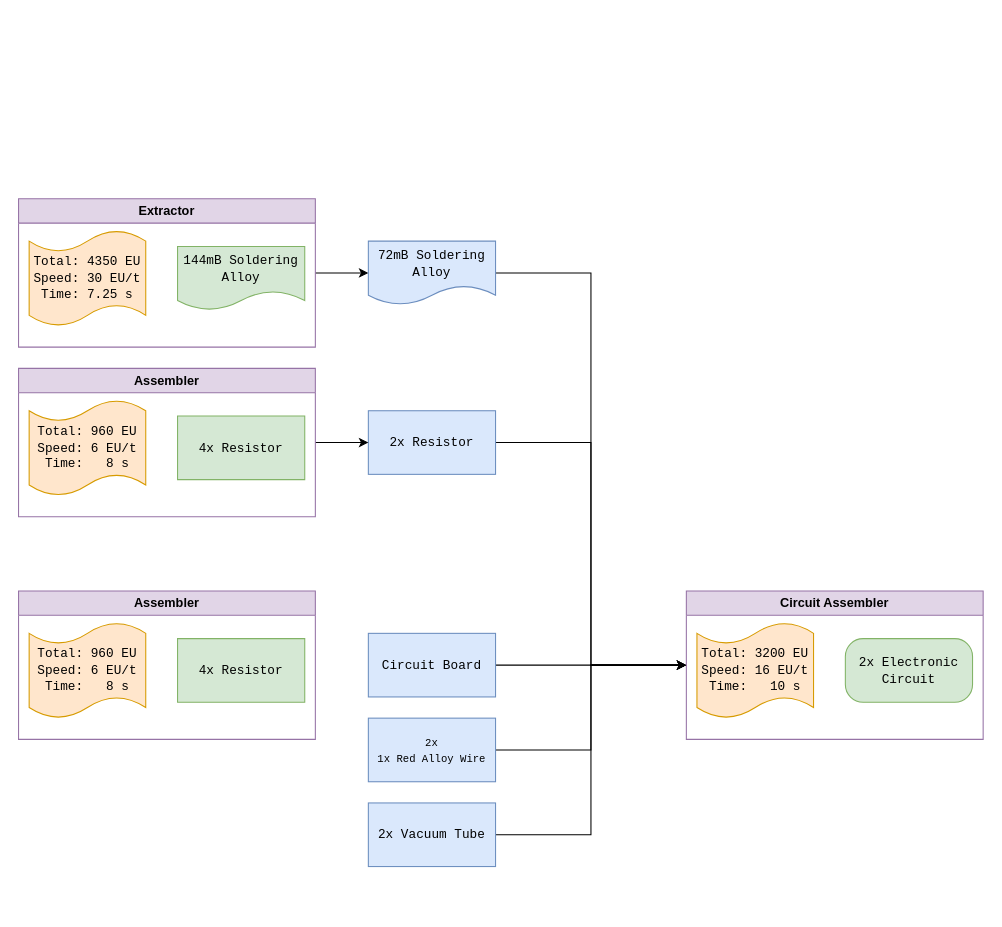
jkxyzyz/Draw-io-thingys-for-Nomifactory keeps this draw.io diagram as Electronic Circuit.drawio. Above is the earlier version. Source tidied: cells renumbered, new cells numbered last; positions are measured from the earlier drawing's top-left corner, leaving out a move shared by most shapes. Both pictures are drawn from the tidied source at 106%, with x=0, y=0 at pixel (18, 198).
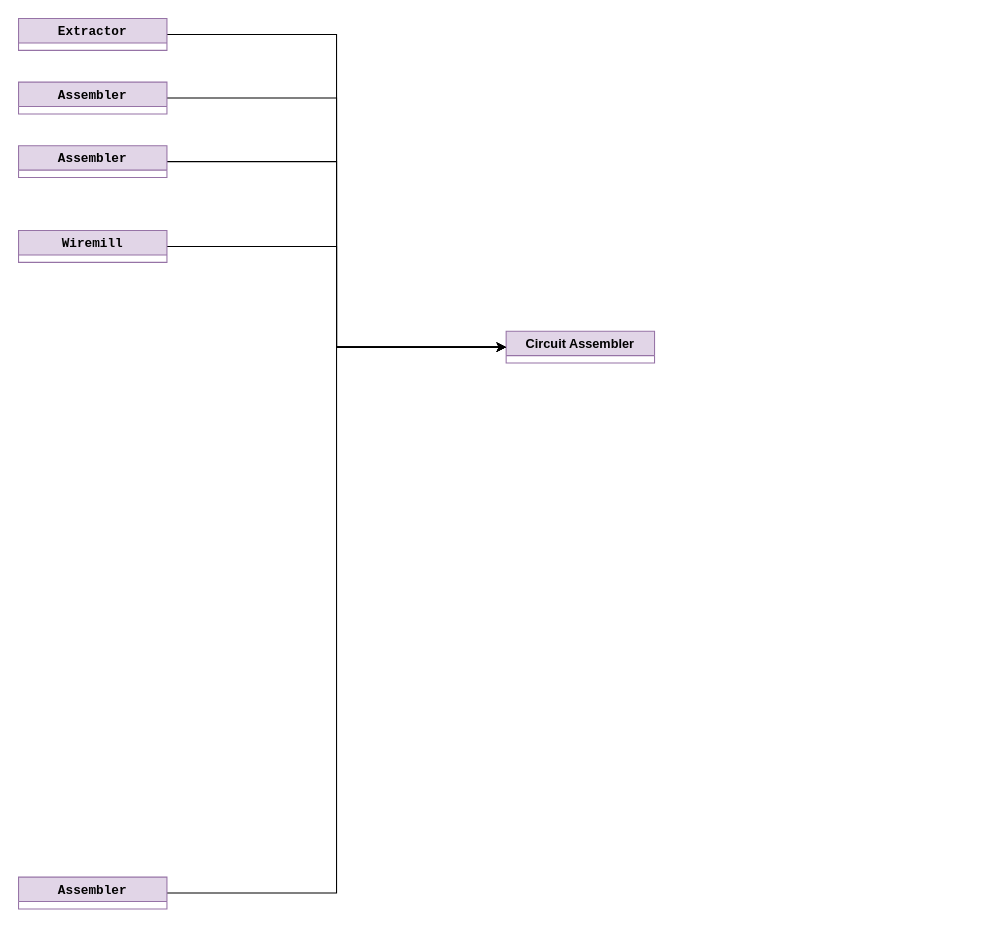
The same page after the edit.

Change to the diagram source:
```diff
@@
-    <mxCell id="2" style="edgeStyle=orthogonalEdgeStyle;rounded=0;jettySize=auto;html=1;entryX=0;entryY=0.5;entryDx=0;entryDy=0;" parent="1" edge="1" source="3" target="10">
-      <mxGeometry relative="1" as="geometry" />
-    </mxCell>
-    <mxCell id="3" value="&lt;font face=&quot;Courier New&quot;&gt;Circuit Board&lt;br&gt;&lt;/font&gt;" style="rounded=0;whiteSpace=wrap;html=1;fillColor=#dae8fc;strokeColor=#6c8ebf;" parent="1" vertex="1">
-      <mxGeometry x="330" y="410" width="120" height="60" as="geometry" />
-    </mxCell>
-    <mxCell id="4" style="edgeStyle=orthogonalEdgeStyle;rounded=0;jettySize=auto;html=1;entryX=0;entryY=0.5;entryDx=0;entryDy=0;" parent="1" edge="1" source="5" target="10">
-      <mxGeometry relative="1" as="geometry" />
-    </mxCell>
-    <mxCell id="5" value="&lt;font face=&quot;Courier New&quot;&gt;2x Resistor&lt;/font&gt;" style="rounded=0;whiteSpace=wrap;html=1;fillColor=#dae8fc;strokeColor=#6c8ebf;" parent="1" vertex="1">
-      <mxGeometry x="330" y="200" width="120" height="60" as="geometry" />
-    </mxCell>
-    <mxCell id="6" style="edgeStyle=orthogonalEdgeStyle;rounded=0;jettySize=auto;html=1;entryX=0;entryY=0.5;entryDx=0;entryDy=0;" parent="1" edge="1" source="7" target="10">
-      <mxGeometry relative="1" as="geometry" />
-    </mxCell>
-    <mxCell id="7" value="&lt;font style=&quot;font-size: 10px;&quot; face=&quot;Courier New&quot;&gt;2x &lt;br&gt;1x Red Alloy Wire &lt;br&gt;&lt;/font&gt;" style="rounded=0;whiteSpace=wrap;html=1;fillColor=#dae8fc;strokeColor=#6c8ebf;" parent="1" vertex="1">
-      <mxGeometry x="330" y="490" width="120" height="60" as="geometry" />
-    </mxCell>
-    <mxCell id="8" style="edgeStyle=orthogonalEdgeStyle;rounded=0;jettySize=auto;html=1;entryX=0;entryY=0.5;entryDx=0;entryDy=0;" parent="1" edge="1" source="9" target="10">
-      <mxGeometry relative="1" as="geometry" />
-    </mxCell>
-    <mxCell id="9" value="&lt;font face=&quot;Courier New&quot;&gt;2x Vacuum Tube&lt;br&gt;&lt;/font&gt;" style="rounded=0;whiteSpace=wrap;html=1;fillColor=#dae8fc;strokeColor=#6c8ebf;" parent="1" vertex="1">
-      <mxGeometry x="330" y="570" width="120" height="60" as="geometry" />
-    </mxCell>
-    <mxCell id="10" value="Circuit Assembler" style="swimlane;whiteSpace=wrap;html=1;fillColor=#e1d5e7;strokeColor=#9673a6;" parent="1" vertex="1">
-      <mxGeometry x="630" y="370" width="280" height="140" as="geometry" />
+    <mxCell id="10" value="Circuit Assembler" style="swimlane;whiteSpace=wrap;html=1;fillColor=#e1d5e7;strokeColor=#9673a6;" parent="1" vertex="1" collapsed="1">
+      <mxGeometry x="460" y="125" width="140" height="30" as="geometry" />
     </mxCell>
-    <mxCell id="11" value="&lt;font face=&quot;Courier New&quot;&gt;Total: 3200 EU&lt;br&gt;Speed: 16 EU/t&lt;br&gt;Time: &amp;nbsp; 10 s&lt;br&gt;&lt;/font&gt;" style="shape=tape;whiteSpace=wrap;html=1;fillColor=#ffe6cc;strokeColor=#d79b00;size=0.2222222222222222;" parent="10" vertex="1">
-      <mxGeometry x="10" y="30" width="110" height="90" as="geometry" />
-    </mxCell>
-    <mxCell id="12" value="&lt;font face=&quot;Courier New&quot;&gt;2x Electronic Circuit&lt;br&gt;&lt;/font&gt;" style="rounded=1;whiteSpace=wrap;html=1;fillColor=#d5e8d4;strokeColor=#82b366;arcSize=28;" parent="10" vertex="1">
-      <mxGeometry x="150" y="45" width="120" height="60" as="geometry" />
-    </mxCell>
-    <mxCell id="13" style="edgeStyle=orthogonalEdgeStyle;rounded=0;jettySize=auto;html=1;entryX=0;entryY=0.5;entryDx=0;entryDy=0;" parent="1" edge="1" source="14" target="18">
-      <mxGeometry relative="1" as="geometry" />
-    </mxCell>
+    <mxCell id="26" style="edgeStyle=orthogonalEdgeStyle;rounded=0;jettySize=auto;html=1;entryX=0;entryY=0.5;entryDx=0;entryDy=0;" parent="1" edge="1" source="14" target="10">
+      <mxGeometry relative="1" as="geometry" />
+    </mxCell>
-    <mxCell id="14" value="Extractor" style="swimlane;whiteSpace=wrap;html=1;fillColor=#e1d5e7;strokeColor=#9673a6;" parent="1" vertex="1">
-      <mxGeometry width="280" height="140" as="geometry" />
+    <mxCell id="14" value="&lt;font face=&quot;Courier New&quot;&gt;Extractor&lt;/font&gt;" style="swimlane;whiteSpace=wrap;html=1;fillColor=#e1d5e7;strokeColor=#9673a6;" parent="1" vertex="1" collapsed="1">
+      <mxGeometry y="-170" width="140" height="30" as="geometry" />
     </mxCell>
-    <mxCell id="15" value="&lt;font face=&quot;Courier New&quot;&gt;Total: 4350 EU&lt;br&gt;Speed: 30 EU/t&lt;br&gt;Time: 7.25 s&lt;br&gt;&lt;/font&gt;" style="shape=tape;whiteSpace=wrap;html=1;fillColor=#ffe6cc;strokeColor=#d79b00;size=0.2222222222222222;" parent="14" vertex="1">
-      <mxGeometry x="10" y="30" width="110" height="90" as="geometry" />
-    </mxCell>
-    <mxCell id="16" value="&lt;font face=&quot;Courier New&quot;&gt;144mB Soldering Alloy&lt;br&gt;&lt;/font&gt;" style="rounded=0;whiteSpace=wrap;html=1;fillColor=#d5e8d4;strokeColor=#82b366;shape=document;boundedLbl=1;" parent="14" vertex="1">
-      <mxGeometry x="150" y="45" width="120" height="60" as="geometry" />
-    </mxCell>
-    <mxCell id="17" style="edgeStyle=orthogonalEdgeStyle;rounded=0;jettySize=auto;html=1;entryX=0;entryY=0.5;entryDx=0;entryDy=0;" parent="1" edge="1" source="18" target="10">
-      <mxGeometry relative="1" as="geometry" />
-    </mxCell>
-    <mxCell id="18" value="&lt;font face=&quot;Courier New&quot;&gt;72mB Soldering Alloy&lt;br&gt;&lt;/font&gt;" style="rounded=0;whiteSpace=wrap;html=1;fillColor=#dae8fc;strokeColor=#6c8ebf;shape=document;boundedLbl=1;" parent="1" vertex="1">
-      <mxGeometry x="330" y="40" width="120" height="60" as="geometry" />
-    </mxCell>
-    <mxCell id="19" style="edgeStyle=orthogonalEdgeStyle;rounded=0;jettySize=auto;html=1;entryX=0;entryY=0.5;entryDx=0;entryDy=0;" parent="1" edge="1" source="20" target="5">
-      <mxGeometry relative="1" as="geometry" />
-    </mxCell>
+    <mxCell id="27" style="edgeStyle=orthogonalEdgeStyle;rounded=0;jettySize=auto;html=1;entryX=0;entryY=0.5;entryDx=0;entryDy=0;" parent="1" edge="1" source="20" target="10">
+      <mxGeometry relative="1" as="geometry" />
+    </mxCell>
-    <mxCell id="20" value="Assembler" style="swimlane;whiteSpace=wrap;html=1;fillColor=#e1d5e7;strokeColor=#9673a6;" parent="1" vertex="1">
-      <mxGeometry y="160" width="280" height="140" as="geometry" />
+    <mxCell id="20" value="&lt;font face=&quot;Courier New&quot;&gt;Assembler&lt;/font&gt;" style="swimlane;whiteSpace=wrap;html=1;fillColor=#e1d5e7;strokeColor=#9673a6;" parent="1" vertex="1" collapsed="1">
+      <mxGeometry y="-110" width="140" height="30" as="geometry" />
     </mxCell>
-    <mxCell id="21" value="&lt;font face=&quot;Courier New&quot;&gt;Total: 960 EU&lt;br&gt;Speed: 6 EU/t&lt;br&gt;Time: &amp;nbsp; 8 s&lt;br&gt;&lt;/font&gt;" style="shape=tape;whiteSpace=wrap;html=1;fillColor=#ffe6cc;strokeColor=#d79b00;size=0.2222222222222222;" parent="20" vertex="1">
-      <mxGeometry x="10" y="30" width="110" height="90" as="geometry" />
-    </mxCell>
-    <mxCell id="22" value="&lt;font face=&quot;Courier New&quot;&gt;4x Resistor&lt;br&gt;&lt;/font&gt;" style="rounded=0;whiteSpace=wrap;html=1;fillColor=#d5e8d4;strokeColor=#82b366;shape=document;boundedLbl=1;size=0;" parent="20" vertex="1">
-      <mxGeometry x="150" y="45" width="120" height="60" as="geometry" />
-    </mxCell>
-    <mxCell id="23" value="Assembler" style="swimlane;whiteSpace=wrap;html=1;fillColor=#e1d5e7;strokeColor=#9673a6;" parent="1" vertex="1">
-      <mxGeometry y="370" width="280" height="140" as="geometry" />
-    </mxCell>
-    <mxCell id="24" value="&lt;font face=&quot;Courier New&quot;&gt;Total: 960 EU&lt;br&gt;Speed: 6 EU/t&lt;br&gt;Time: &amp;nbsp; 8 s&lt;br&gt;&lt;/font&gt;" style="shape=tape;whiteSpace=wrap;html=1;fillColor=#ffe6cc;strokeColor=#d79b00;size=0.2222222222222222;" parent="23" vertex="1">
-      <mxGeometry x="10" y="30" width="110" height="90" as="geometry" />
-    </mxCell>
-    <mxCell id="25" value="&lt;font face=&quot;Courier New&quot;&gt;4x Resistor&lt;br&gt;&lt;/font&gt;" style="rounded=0;whiteSpace=wrap;html=1;fillColor=#d5e8d4;strokeColor=#82b366;shape=document;boundedLbl=1;size=0;" parent="23" vertex="1">
-      <mxGeometry x="150" y="45" width="120" height="60" as="geometry" />
-    </mxCell>
+    <mxCell id="28" style="edgeStyle=orthogonalEdgeStyle;rounded=0;jettySize=auto;html=1;entryX=0;entryY=0.5;entryDx=0;entryDy=0;" parent="1" edge="1" source="29" target="10">
+      <mxGeometry relative="1" as="geometry" />
+    </mxCell>
+    <mxCell id="29" value="&lt;font face=&quot;Courier New&quot;&gt;Assembler&lt;/font&gt;" style="swimlane;whiteSpace=wrap;html=1;fillColor=#e1d5e7;strokeColor=#9673a6;" parent="1" vertex="1" collapsed="1">
+      <mxGeometry y="-50" width="140" height="30" as="geometry" />
+    </mxCell>
+    <mxCell id="30" style="edgeStyle=orthogonalEdgeStyle;rounded=0;jettySize=auto;html=1;entryX=0;entryY=0.5;entryDx=0;entryDy=0;" parent="1" edge="1" source="31" target="10">
+      <mxGeometry relative="1" as="geometry" />
+    </mxCell>
+    <mxCell id="31" value="&lt;font face=&quot;Courier New&quot;&gt;Wiremill&lt;/font&gt;" style="swimlane;whiteSpace=wrap;html=1;fillColor=#e1d5e7;strokeColor=#9673a6;" parent="1" vertex="1" collapsed="1">
+      <mxGeometry y="30" width="140" height="30" as="geometry" />
+    </mxCell>
+    <mxCell id="32" style="edgeStyle=orthogonalEdgeStyle;rounded=0;jettySize=auto;html=1;entryX=0;entryY=0.5;entryDx=0;entryDy=0;" parent="1" edge="1" source="33" target="10">
+      <mxGeometry relative="1" as="geometry" />
+    </mxCell>
+    <mxCell id="33" value="&lt;font face=&quot;Courier New&quot;&gt;Assembler&lt;/font&gt;" style="swimlane;whiteSpace=wrap;html=1;fillColor=#e1d5e7;strokeColor=#9673a6;" parent="1" vertex="1" collapsed="1">
+      <mxGeometry y="640" width="140" height="30" as="geometry" />
+    </mxCell>
```
